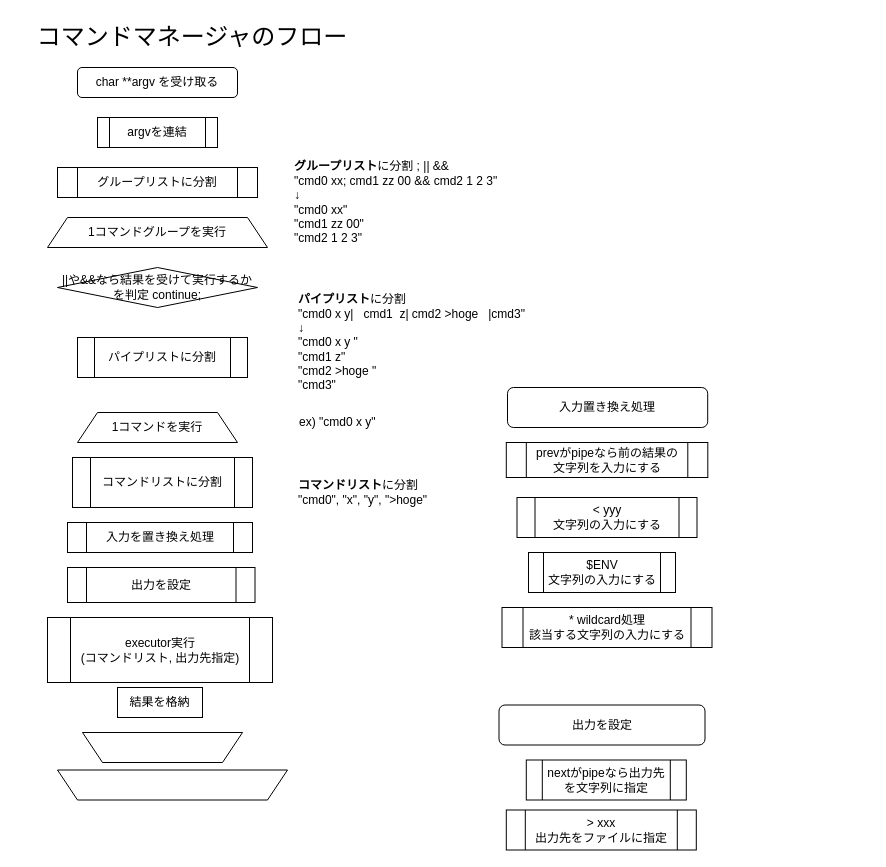
Above: page "フロー図" (2 of 2) of diagram.drawio in Toshiki-Nakamura/minishell (draw.io), before the change. Source tidied: cells renumbered, new cells numbered last; positions are measured from the earlier drawing's top-left corner, leaving out a move shared by most shapes. Both pictures are drawn from the tidied source at 100%, with x=0, y=0 at pixel (17, 17).
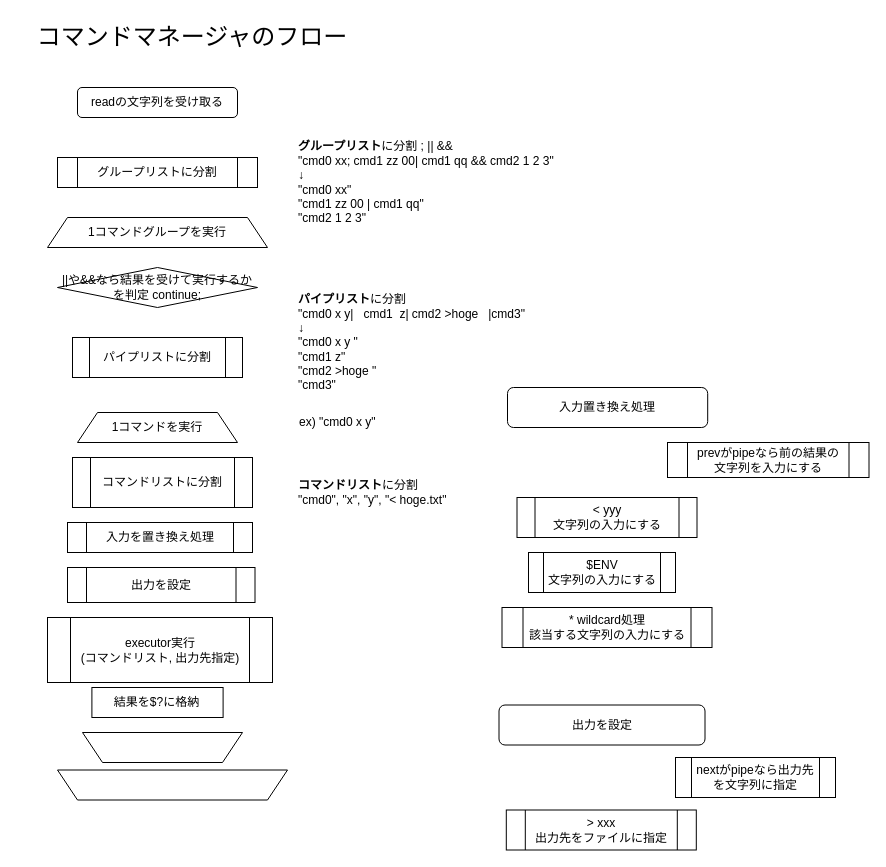
The same diagram, later.

Change to the diagram source:
```diff
@@
     <mxCell id="7" value="グループリストに分割" style="shape=process;whiteSpace=wrap;html=1;backgroundOutline=1;fontSize=12;" parent="1" vertex="1">
-      <mxGeometry x="40" y="150" width="200" height="30" as="geometry" />
+      <mxGeometry x="40" y="140" width="200" height="30" as="geometry" />
     </mxCell>
-    <mxCell id="8" value="char **argv を受け取る" style="rounded=1;whiteSpace=wrap;html=1;fontSize=12;" parent="1" vertex="1">
-      <mxGeometry x="60" y="50" width="160" height="30" as="geometry" />
+    <mxCell id="8" value="readの文字列を受け取る" style="rounded=1;whiteSpace=wrap;html=1;fontSize=12;" parent="1" vertex="1">
+      <mxGeometry x="60" y="70" width="160" height="30" as="geometry" />
     </mxCell>
     <mxCell id="9" value="パイプリストに分割" style="shape=process;whiteSpace=wrap;html=1;backgroundOutline=1;fontSize=12;" parent="1" vertex="1">
-      <mxGeometry x="60" y="320" width="170" height="40" as="geometry" />
+      <mxGeometry x="55" y="320" width="170" height="40" as="geometry" />
     </mxCell>
-    <mxCell id="10" value="argvを連結" style="shape=process;whiteSpace=wrap;html=1;backgroundOutline=1;fontSize=12;" parent="1" vertex="1">
-      <mxGeometry x="80" y="100" width="120" height="30" as="geometry" />
-    </mxCell>
@@
     <mxCell id="16" value="nextがpipeなら出力先を文字列に指定" style="shape=process;whiteSpace=wrap;html=1;backgroundOutline=1;fontSize=12;align=center;" parent="1" vertex="1">
-      <mxGeometry x="508.8" y="742.5" width="160" height="40" as="geometry" />
+      <mxGeometry x="658" y="740" width="160" height="40" as="geometry" />
     </mxCell>
@@
-    <mxCell id="18" value="結果を格納" style="rounded=0;whiteSpace=wrap;html=1;fontSize=12;align=center;" parent="1" vertex="1">
-      <mxGeometry x="100" y="670" width="85" height="30" as="geometry" />
+    <mxCell id="18" value="結果を$?に格納" style="rounded=0;whiteSpace=wrap;html=1;fontSize=12;align=center;" parent="1" vertex="1">
+      <mxGeometry x="74.4" y="670" width="131.2" height="30" as="geometry" />
     </mxCell>
@@
     <mxCell id="22" value="prevがpipeなら前の結果の&lt;br&gt;文字列を入力にする" style="shape=process;whiteSpace=wrap;html=1;backgroundOutline=1;fontSize=12;align=center;" parent="1" vertex="1">
-      <mxGeometry x="488.8" y="425" width="201.5" height="35" as="geometry" />
+      <mxGeometry x="650" y="425" width="201.5" height="35" as="geometry" />
     </mxCell>
@@
-    <mxCell id="26" value="&lt;b&gt;コマンドリスト&lt;/b&gt;に分割&lt;br&gt;&quot;cmd0&quot;, &quot;x&quot;, &quot;y&quot;, &quot;&amp;gt;hoge&quot;" style="text;html=1;strokeColor=none;fillColor=none;align=left;verticalAlign=middle;whiteSpace=wrap;rounded=0;fontSize=12;" parent="1" vertex="1">
+    <mxCell id="26" value="&lt;b&gt;コマンドリスト&lt;/b&gt;に分割&lt;br&gt;&quot;cmd0&quot;, &quot;x&quot;, &quot;y&quot;, &quot;&amp;lt; hoge.txt&quot;" style="text;html=1;strokeColor=none;fillColor=none;align=left;verticalAlign=middle;whiteSpace=wrap;rounded=0;fontSize=12;" parent="1" vertex="1">
       <mxGeometry x="279" y="455" width="163" height="40" as="geometry" />
     </mxCell>
@@
-    <mxCell id="28" value="&lt;b&gt;グループリスト&lt;/b&gt;に分割 ; || &amp;amp;&amp;amp;&lt;br&gt;&quot;cmd0 xx; cmd1 zz 00 &amp;amp;&amp;amp; cmd2 1 2 3&quot;&lt;br&gt;↓&lt;br&gt;&quot;cmd0 xx&quot;&lt;br&gt;&quot;cmd1 zz 00&quot;&lt;br&gt;&quot;cmd2 1 2 3&quot;" style="text;html=1;strokeColor=none;fillColor=none;align=left;verticalAlign=middle;whiteSpace=wrap;rounded=0;fontSize=12;" parent="1" vertex="1">
-      <mxGeometry x="274.5" y="140" width="210" height="90" as="geometry" />
+    <mxCell id="28" value="&lt;b&gt;グループリスト&lt;/b&gt;に分割 ; || &amp;amp;&amp;amp;&lt;br&gt;&quot;cmd0 xx; cmd1 zz 00| cmd1 qq &amp;amp;&amp;amp; cmd2 1 2 3&quot;&lt;br&gt;↓&lt;br&gt;&quot;cmd0 xx&quot;&lt;br&gt;&quot;cmd1 zz 00 | cmd1 qq&quot;&lt;br&gt;&quot;cmd2 1 2 3&quot;" style="text;html=1;strokeColor=none;fillColor=none;align=left;verticalAlign=middle;whiteSpace=wrap;rounded=0;fontSize=12;" parent="1" vertex="1">
+      <mxGeometry x="279" y="120" width="285.5" height="90" as="geometry" />
     </mxCell>
```
